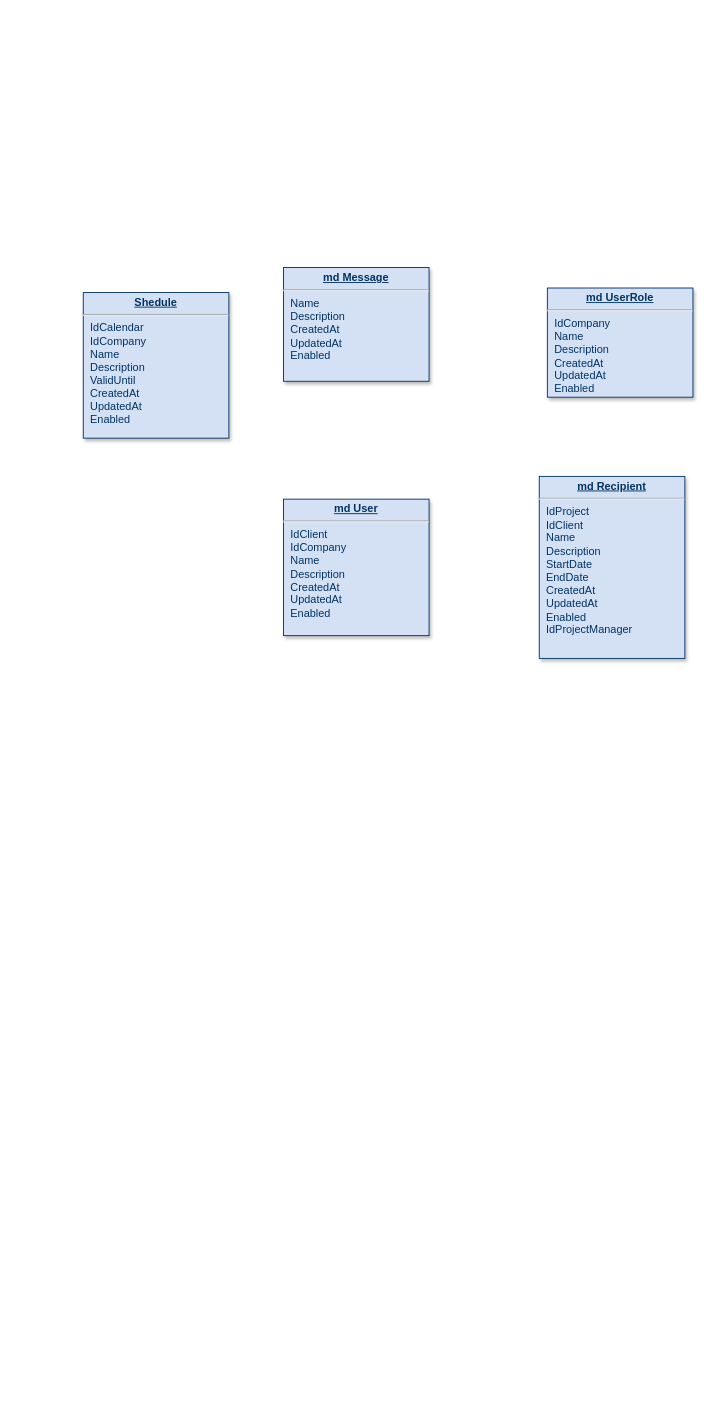
Earlier version of the draw.io diagram Диаграмма без названия.drawio (Ganzolder/kursdjango). Source tidied: cells renumbered, new cells numbered last; positions are measured from the earlier drawing's top-left corner, leaving out a move shared by most shapes. Both pictures are drawn from the tidied source at 91%, with x=0, y=0 at pixel (83, 267).
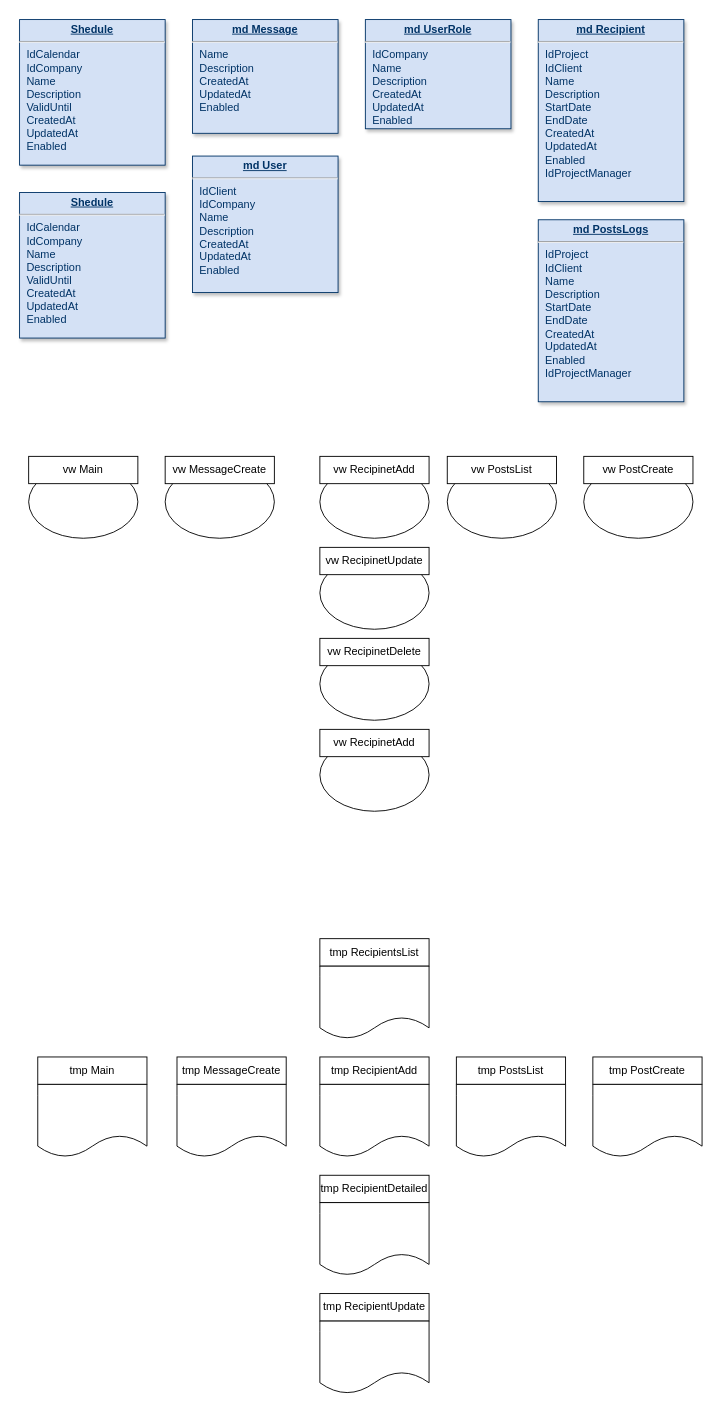
Above is the later version.

Diff of the diagram source:
```diff
@@
     <mxCell id="2" value="&lt;p style=&quot;margin: 0px; margin-top: 4px; text-align: center; text-decoration: underline;&quot;&gt;&lt;strong&gt;md UserRole&lt;/strong&gt;&lt;/p&gt;&lt;hr&gt;&lt;p style=&quot;margin: 0px; margin-left: 8px;&quot;&gt;IdCompany&lt;br&gt;Name&lt;/p&gt;&lt;p style=&quot;margin: 0px; margin-left: 8px;&quot;&gt;Description&lt;/p&gt;&lt;p style=&quot;margin: 0px; margin-left: 8px;&quot;&gt;CreatedAt&lt;/p&gt;&lt;p style=&quot;margin: 0px; margin-left: 8px;&quot;&gt;UpdatedAt&lt;/p&gt;&lt;p style=&quot;margin: 0px; margin-left: 8px;&quot;&gt;Enabled&lt;/p&gt;" style="verticalAlign=top;align=left;overflow=fill;fontSize=12;fontFamily=Helvetica;html=1;strokeColor=#003366;shadow=1;fillColor=#D4E1F5;fontColor=#003366;" parent="1" vertex="1">
-      <mxGeometry x="510" y="23" width="160" height="120" as="geometry" />
+      <mxGeometry x="310" y="-272" width="160" height="120" as="geometry" />
     </mxCell>
     <mxCell id="3" value="&lt;p style=&quot;margin: 0px; margin-top: 4px; text-align: center; text-decoration: underline;&quot;&gt;&lt;strong&gt;md Message&lt;/strong&gt;&lt;/p&gt;&lt;hr&gt;&lt;p style=&quot;margin: 0px; margin-left: 8px;&quot;&gt;Name&lt;/p&gt;&lt;p style=&quot;margin: 0px; margin-left: 8px;&quot;&gt;Description&lt;/p&gt;&lt;p style=&quot;margin: 0px; margin-left: 8px;&quot;&gt;CreatedAt&lt;/p&gt;&lt;p style=&quot;margin: 0px; margin-left: 8px;&quot;&gt;UpdatedAt&lt;/p&gt;&lt;p style=&quot;margin: 0px; margin-left: 8px;&quot;&gt;Enabled&lt;/p&gt;" style="verticalAlign=top;align=left;overflow=fill;fontSize=12;fontFamily=Helvetica;html=1;strokeColor=#003366;shadow=1;fillColor=#D4E1F5;fontColor=#003366;" parent="1" vertex="1">
-      <mxGeometry x="220" y="0.5" width="160" height="125" as="geometry" />
+      <mxGeometry x="120" y="-272" width="160" height="125" as="geometry" />
     </mxCell>
     <mxCell id="4" value="&lt;p style=&quot;margin: 0px; margin-top: 4px; text-align: center; text-decoration: underline;&quot;&gt;&lt;strong&gt;Shedule&lt;/strong&gt;&lt;/p&gt;&lt;hr&gt;&lt;p style=&quot;margin: 0px; margin-left: 8px;&quot;&gt;IdCalendar&lt;/p&gt;&lt;p style=&quot;margin: 0px; margin-left: 8px;&quot;&gt;IdCompany&lt;/p&gt;&lt;p style=&quot;margin: 0px; margin-left: 8px;&quot;&gt;Name&lt;/p&gt;&lt;p style=&quot;margin: 0px; margin-left: 8px;&quot;&gt;Description&lt;/p&gt;&lt;p style=&quot;margin: 0px; margin-left: 8px;&quot;&gt;ValidUntil&lt;/p&gt;&lt;p style=&quot;margin: 0px; margin-left: 8px;&quot;&gt;CreatedAt&lt;/p&gt;&lt;p style=&quot;margin: 0px; margin-left: 8px;&quot;&gt;UpdatedAt&lt;/p&gt;&lt;p style=&quot;margin: 0px; margin-left: 8px;&quot;&gt;Enabled&lt;/p&gt;" style="verticalAlign=top;align=left;overflow=fill;fontSize=12;fontFamily=Helvetica;html=1;strokeColor=#003366;shadow=1;fillColor=#D4E1F5;fontColor=#003366;" parent="1" vertex="1">
-      <mxGeometry y="28" width="160" height="160" as="geometry" />
+      <mxGeometry x="-70" y="-272" width="160" height="160" as="geometry" />
     </mxCell>
     <mxCell id="5" value="&lt;p style=&quot;margin: 0px; margin-top: 4px; text-align: center; text-decoration: underline;&quot;&gt;&lt;strong&gt;md User&lt;/strong&gt;&lt;/p&gt;&lt;hr&gt;&lt;p style=&quot;margin: 0px; margin-left: 8px;&quot;&gt;IdClient&lt;/p&gt;&lt;p style=&quot;margin: 0px; margin-left: 8px;&quot;&gt;IdCompany&lt;/p&gt;&lt;p style=&quot;margin: 0px; margin-left: 8px;&quot;&gt;Name&lt;/p&gt;&lt;p style=&quot;margin: 0px; margin-left: 8px;&quot;&gt;Description&lt;/p&gt;&lt;p style=&quot;margin: 0px; margin-left: 8px;&quot;&gt;CreatedAt&lt;/p&gt;&lt;p style=&quot;margin: 0px; margin-left: 8px;&quot;&gt;UpdatedAt&lt;/p&gt;&lt;p style=&quot;margin: 0px; margin-left: 8px;&quot;&gt;Enabled&lt;/p&gt;" style="verticalAlign=top;align=left;overflow=fill;fontSize=12;fontFamily=Helvetica;html=1;strokeColor=#003366;shadow=1;fillColor=#D4E1F5;fontColor=#003366;" parent="1" vertex="1">
-      <mxGeometry x="220" y="255" width="160" height="150" as="geometry" />
+      <mxGeometry x="120" y="-122" width="160" height="150" as="geometry" />
     </mxCell>
     <mxCell id="6" value="&lt;p style=&quot;margin: 0px; margin-top: 4px; text-align: center; text-decoration: underline;&quot;&gt;&lt;b&gt;md Recipient&lt;/b&gt;&lt;/p&gt;&lt;hr&gt;&lt;p style=&quot;margin: 0px; margin-left: 8px;&quot;&gt;IdProject&lt;/p&gt;&lt;p style=&quot;margin: 0px; margin-left: 8px;&quot;&gt;IdClient&lt;/p&gt;&lt;p style=&quot;margin: 0px; margin-left: 8px;&quot;&gt;Name&lt;/p&gt;&lt;p style=&quot;margin: 0px; margin-left: 8px;&quot;&gt;Description&lt;/p&gt;&lt;p style=&quot;margin: 0px; margin-left: 8px;&quot;&gt;StartDate&lt;/p&gt;&lt;p style=&quot;margin: 0px; margin-left: 8px;&quot;&gt;EndDate&lt;/p&gt;&lt;p style=&quot;margin: 0px; margin-left: 8px;&quot;&gt;CreatedAt&lt;/p&gt;&lt;p style=&quot;margin: 0px; margin-left: 8px;&quot;&gt;UpdatedAt&lt;/p&gt;&lt;p style=&quot;margin: 0px; margin-left: 8px;&quot;&gt;Enabled&lt;br&gt;IdProjectManager&lt;/p&gt;" style="verticalAlign=top;align=left;overflow=fill;fontSize=12;fontFamily=Helvetica;html=1;strokeColor=#003366;shadow=1;fillColor=#D4E1F5;fontColor=#003366;" parent="1" vertex="1">
-      <mxGeometry x="501.1" y="230" width="160" height="200" as="geometry" />
+      <mxGeometry x="500" y="-272" width="160" height="200" as="geometry" />
     </mxCell>
+    <mxCell id="7" value="&lt;p style=&quot;margin: 0px; margin-top: 4px; text-align: center; text-decoration: underline;&quot;&gt;&lt;strong&gt;Shedule&lt;/strong&gt;&lt;/p&gt;&lt;hr&gt;&lt;p style=&quot;margin: 0px; margin-left: 8px;&quot;&gt;IdCalendar&lt;/p&gt;&lt;p style=&quot;margin: 0px; margin-left: 8px;&quot;&gt;IdCompany&lt;/p&gt;&lt;p style=&quot;margin: 0px; margin-left: 8px;&quot;&gt;Name&lt;/p&gt;&lt;p style=&quot;margin: 0px; margin-left: 8px;&quot;&gt;Description&lt;/p&gt;&lt;p style=&quot;margin: 0px; margin-left: 8px;&quot;&gt;ValidUntil&lt;/p&gt;&lt;p style=&quot;margin: 0px; margin-left: 8px;&quot;&gt;CreatedAt&lt;/p&gt;&lt;p style=&quot;margin: 0px; margin-left: 8px;&quot;&gt;UpdatedAt&lt;/p&gt;&lt;p style=&quot;margin: 0px; margin-left: 8px;&quot;&gt;Enabled&lt;/p&gt;" style="verticalAlign=top;align=left;overflow=fill;fontSize=12;fontFamily=Helvetica;html=1;strokeColor=#003366;shadow=1;fillColor=#D4E1F5;fontColor=#003366;" parent="1" vertex="1">
+      <mxGeometry x="-70" y="-82" width="160" height="160" as="geometry" />
+    </mxCell>
+    <mxCell id="8" style="group;" parent="1" vertex="1">
+      <mxGeometry x="-50" y="868" width="120" height="110" as="geometry" />
+    </mxCell>
+    <mxCell id="9" style="shape=document;whiteSpace=wrap;html=1;boundedLbl=1;" parent="8" vertex="1">
+      <mxGeometry y="30" width="120" height="80" as="geometry" />
+    </mxCell>
+    <mxCell id="10" value="tmp Main" style="rounded=0;whiteSpace=wrap;html=1;" parent="8" vertex="1">
+      <mxGeometry width="120" height="30" as="geometry" />
+    </mxCell>
+    <mxCell id="11" style="group;" parent="1" vertex="1">
+      <mxGeometry x="103" y="868" width="120" height="110" as="geometry" />
+    </mxCell>
+    <mxCell id="12" style="shape=document;whiteSpace=wrap;html=1;boundedLbl=1;" parent="11" vertex="1">
+      <mxGeometry y="30" width="120" height="80" as="geometry" />
+    </mxCell>
+    <mxCell id="13" value="tmp MessageCreate" style="rounded=0;whiteSpace=wrap;html=1;" parent="11" vertex="1">
+      <mxGeometry width="120" height="30" as="geometry" />
+    </mxCell>
+    <mxCell id="14" style="group;" parent="1" vertex="1">
+      <mxGeometry x="260" y="868" width="120" height="110" as="geometry" />
+    </mxCell>
+    <mxCell id="15" style="shape=document;whiteSpace=wrap;html=1;boundedLbl=1;" parent="14" vertex="1">
+      <mxGeometry y="30" width="120" height="80" as="geometry" />
+    </mxCell>
+    <mxCell id="16" value="tmp RecipientAdd" style="rounded=0;whiteSpace=wrap;html=1;" parent="14" vertex="1">
+      <mxGeometry width="120" height="30" as="geometry" />
+    </mxCell>
+    <mxCell id="17" style="group;" parent="1" vertex="1">
+      <mxGeometry x="410" y="868" width="120" height="110" as="geometry" />
+    </mxCell>
+    <mxCell id="18" style="shape=document;whiteSpace=wrap;html=1;boundedLbl=1;" parent="17" vertex="1">
+      <mxGeometry y="30" width="120" height="80" as="geometry" />
+    </mxCell>
+    <mxCell id="19" value="tmp PostsList" style="rounded=0;whiteSpace=wrap;html=1;" parent="17" vertex="1">
+      <mxGeometry width="120" height="30" as="geometry" />
+    </mxCell>
+    <mxCell id="20" style="group;" parent="1" vertex="1">
+      <mxGeometry x="-60" y="208" width="120" height="90" as="geometry" />
+    </mxCell>
+    <mxCell id="21" style="group;" parent="20" vertex="1">
+      <mxGeometry width="120" height="90" as="geometry" />
+    </mxCell>
+    <mxCell id="22" style="ellipse;whiteSpace=wrap;html=1;" parent="21" vertex="1">
+      <mxGeometry y="10" width="120" height="80" as="geometry" />
+    </mxCell>
+    <mxCell id="23" value="vw Main" style="rounded=0;whiteSpace=wrap;html=1;" parent="21" vertex="1">
+      <mxGeometry width="120" height="30" as="geometry" />
+    </mxCell>
+    <mxCell id="24" style="group;" parent="1" vertex="1">
+      <mxGeometry x="90" y="208" width="120" height="90" as="geometry" />
+    </mxCell>
+    <mxCell id="25" style="ellipse;whiteSpace=wrap;html=1;" parent="24" vertex="1">
+      <mxGeometry y="10" width="120" height="80" as="geometry" />
+    </mxCell>
+    <mxCell id="26" value="vw MessageCreate" style="rounded=0;whiteSpace=wrap;html=1;" parent="24" vertex="1">
+      <mxGeometry width="120" height="30" as="geometry" />
+    </mxCell>
+    <mxCell id="27" style="group;" parent="1" vertex="1">
+      <mxGeometry x="260" y="208" width="120" height="90" as="geometry" />
+    </mxCell>
+    <mxCell id="28" style="ellipse;whiteSpace=wrap;html=1;" parent="27" vertex="1">
+      <mxGeometry y="10" width="120" height="80" as="geometry" />
+    </mxCell>
+    <mxCell id="29" value="vw RecipinetAdd" style="rounded=0;whiteSpace=wrap;html=1;" parent="27" vertex="1">
+      <mxGeometry width="120" height="30" as="geometry" />
+    </mxCell>
+    <mxCell id="30" style="group;" parent="1" vertex="1">
+      <mxGeometry x="400" y="208" width="120" height="90" as="geometry" />
+    </mxCell>
+    <mxCell id="31" style="ellipse;whiteSpace=wrap;html=1;" parent="30" vertex="1">
+      <mxGeometry y="10" width="120" height="80" as="geometry" />
+    </mxCell>
+    <mxCell id="32" value="vw PostsList" style="rounded=0;whiteSpace=wrap;html=1;" parent="30" vertex="1">
+      <mxGeometry width="120" height="30" as="geometry" />
+    </mxCell>
+    <mxCell id="33" style="group;" parent="1" vertex="1">
+      <mxGeometry x="550" y="208" width="120" height="90" as="geometry" />
+    </mxCell>
+    <mxCell id="34" style="ellipse;whiteSpace=wrap;html=1;" parent="33" vertex="1">
+      <mxGeometry y="10" width="120" height="80" as="geometry" />
+    </mxCell>
+    <mxCell id="35" value="vw PostCreate" style="rounded=0;whiteSpace=wrap;html=1;" parent="33" vertex="1">
+      <mxGeometry width="120" height="30" as="geometry" />
+    </mxCell>
+    <mxCell id="36" style="group;" parent="1" vertex="1">
+      <mxGeometry x="560" y="868" width="120" height="110" as="geometry" />
+    </mxCell>
+    <mxCell id="37" style="shape=document;whiteSpace=wrap;html=1;boundedLbl=1;" parent="36" vertex="1">
+      <mxGeometry y="30" width="120" height="80" as="geometry" />
+    </mxCell>
+    <mxCell id="38" value="tmp PostCreate" style="rounded=0;whiteSpace=wrap;html=1;" parent="36" vertex="1">
+      <mxGeometry width="120" height="30" as="geometry" />
+    </mxCell>
+    <mxCell id="39" value="&lt;p style=&quot;margin: 0px; margin-top: 4px; text-align: center; text-decoration: underline;&quot;&gt;&lt;b&gt;md PostsLogs&lt;/b&gt;&lt;/p&gt;&lt;hr&gt;&lt;p style=&quot;margin: 0px; margin-left: 8px;&quot;&gt;IdProject&lt;/p&gt;&lt;p style=&quot;margin: 0px; margin-left: 8px;&quot;&gt;IdClient&lt;/p&gt;&lt;p style=&quot;margin: 0px; margin-left: 8px;&quot;&gt;Name&lt;/p&gt;&lt;p style=&quot;margin: 0px; margin-left: 8px;&quot;&gt;Description&lt;/p&gt;&lt;p style=&quot;margin: 0px; margin-left: 8px;&quot;&gt;StartDate&lt;/p&gt;&lt;p style=&quot;margin: 0px; margin-left: 8px;&quot;&gt;EndDate&lt;/p&gt;&lt;p style=&quot;margin: 0px; margin-left: 8px;&quot;&gt;CreatedAt&lt;/p&gt;&lt;p style=&quot;margin: 0px; margin-left: 8px;&quot;&gt;UpdatedAt&lt;/p&gt;&lt;p style=&quot;margin: 0px; margin-left: 8px;&quot;&gt;Enabled&lt;br&gt;IdProjectManager&lt;/p&gt;" style="verticalAlign=top;align=left;overflow=fill;fontSize=12;fontFamily=Helvetica;html=1;strokeColor=#003366;shadow=1;fillColor=#D4E1F5;fontColor=#003366;" parent="1" vertex="1">
+      <mxGeometry x="500" y="-52" width="160" height="200" as="geometry" />
+    </mxCell>
+    <mxCell id="40" style="group;" parent="1" vertex="1">
+      <mxGeometry x="260" y="738" width="120" height="110" as="geometry" />
+    </mxCell>
+    <mxCell id="41" style="shape=document;whiteSpace=wrap;html=1;boundedLbl=1;" parent="40" vertex="1">
+      <mxGeometry y="30" width="120" height="80" as="geometry" />
+    </mxCell>
+    <mxCell id="42" value="tmp RecipientsList" style="rounded=0;whiteSpace=wrap;html=1;" parent="40" vertex="1">
+      <mxGeometry width="120" height="30" as="geometry" />
+    </mxCell>
+    <mxCell id="43" style="group;" parent="1" vertex="1">
+      <mxGeometry x="260" y="998" width="120" height="110" as="geometry" />
+    </mxCell>
+    <mxCell id="44" style="shape=document;whiteSpace=wrap;html=1;boundedLbl=1;" parent="43" vertex="1">
+      <mxGeometry y="30" width="120" height="80" as="geometry" />
+    </mxCell>
+    <mxCell id="45" value="tmp RecipientDetailed" style="rounded=0;whiteSpace=wrap;html=1;" parent="43" vertex="1">
+      <mxGeometry width="120" height="30" as="geometry" />
+    </mxCell>
+    <mxCell id="46" style="group;" parent="1" vertex="1">
+      <mxGeometry x="260" y="1128" width="120" height="110" as="geometry" />
+    </mxCell>
+    <mxCell id="47" style="shape=document;whiteSpace=wrap;html=1;boundedLbl=1;" parent="46" vertex="1">
+      <mxGeometry y="30" width="120" height="80" as="geometry" />
+    </mxCell>
+    <mxCell id="48" value="tmp RecipientUpdate" style="rounded=0;whiteSpace=wrap;html=1;" parent="46" vertex="1">
+      <mxGeometry width="120" height="30" as="geometry" />
+    </mxCell>
+    <mxCell id="49" style="group;" parent="1" vertex="1">
+      <mxGeometry x="260" y="308" width="120" height="90" as="geometry" />
+    </mxCell>
+    <mxCell id="50" style="ellipse;whiteSpace=wrap;html=1;" parent="49" vertex="1">
+      <mxGeometry y="10" width="120" height="80" as="geometry" />
+    </mxCell>
+    <mxCell id="51" value="vw RecipinetUpdate" style="rounded=0;whiteSpace=wrap;html=1;" parent="49" vertex="1">
+      <mxGeometry width="120" height="30" as="geometry" />
+    </mxCell>
+    <mxCell id="52" style="group;" parent="1" vertex="1">
+      <mxGeometry x="260" y="408" width="120" height="90" as="geometry" />
+    </mxCell>
+    <mxCell id="53" style="ellipse;whiteSpace=wrap;html=1;" parent="52" vertex="1">
+      <mxGeometry y="10" width="120" height="80" as="geometry" />
+    </mxCell>
+    <mxCell id="54" value="vw RecipinetDelete" style="rounded=0;whiteSpace=wrap;html=1;" parent="52" vertex="1">
+      <mxGeometry width="120" height="30" as="geometry" />
+    </mxCell>
+    <mxCell id="55" style="group;" parent="1" vertex="1">
+      <mxGeometry x="260" y="508" width="120" height="90" as="geometry" />
+    </mxCell>
+    <mxCell id="56" style="ellipse;whiteSpace=wrap;html=1;" parent="55" vertex="1">
+      <mxGeometry y="10" width="120" height="80" as="geometry" />
+    </mxCell>
+    <mxCell id="57" value="vw RecipinetAdd" style="rounded=0;whiteSpace=wrap;html=1;" parent="55" vertex="1">
+      <mxGeometry width="120" height="30" as="geometry" />
+    </mxCell>
```
